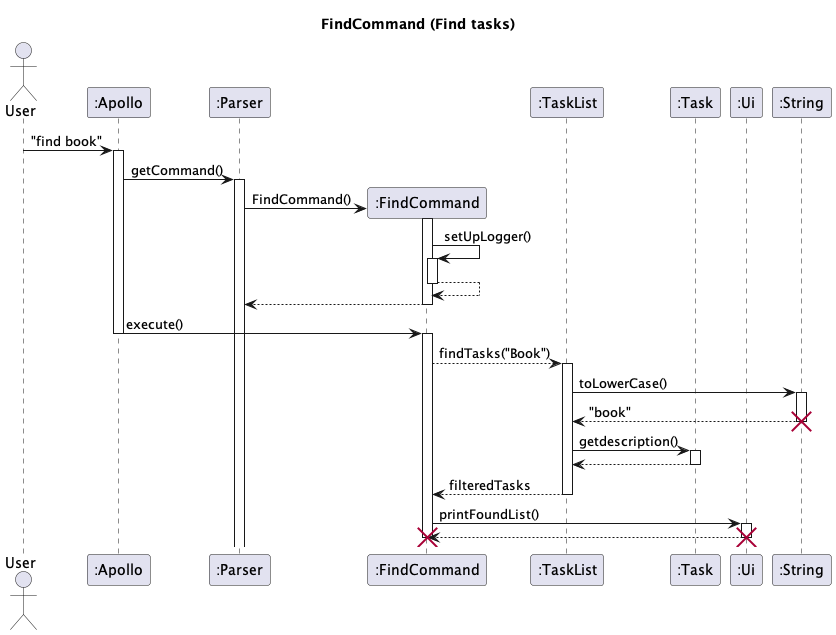
nus-cs2113-AY2223S2/tp keeps this PlantUML diagram as docs/uml-diagrams/FindCommand-FindCommand__Find_tasks_.png. Above is the earlier version.
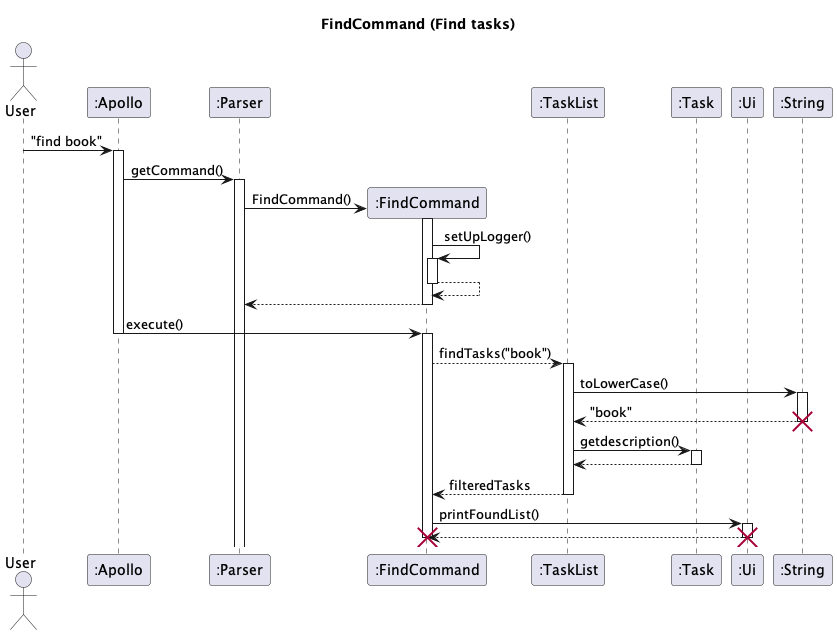
Later version of the same file.

The edit, as a diff of the source:
```diff
@@ -25,7 +25,7 @@
 Apollo -> Find : execute()
 Apollo --
 activate Find
-Find --> TaskList : findTasks("Book")
+Find --> TaskList : findTasks("book")
 activate TaskList
 TaskList -> String : toLowerCase()
 activate String
```
